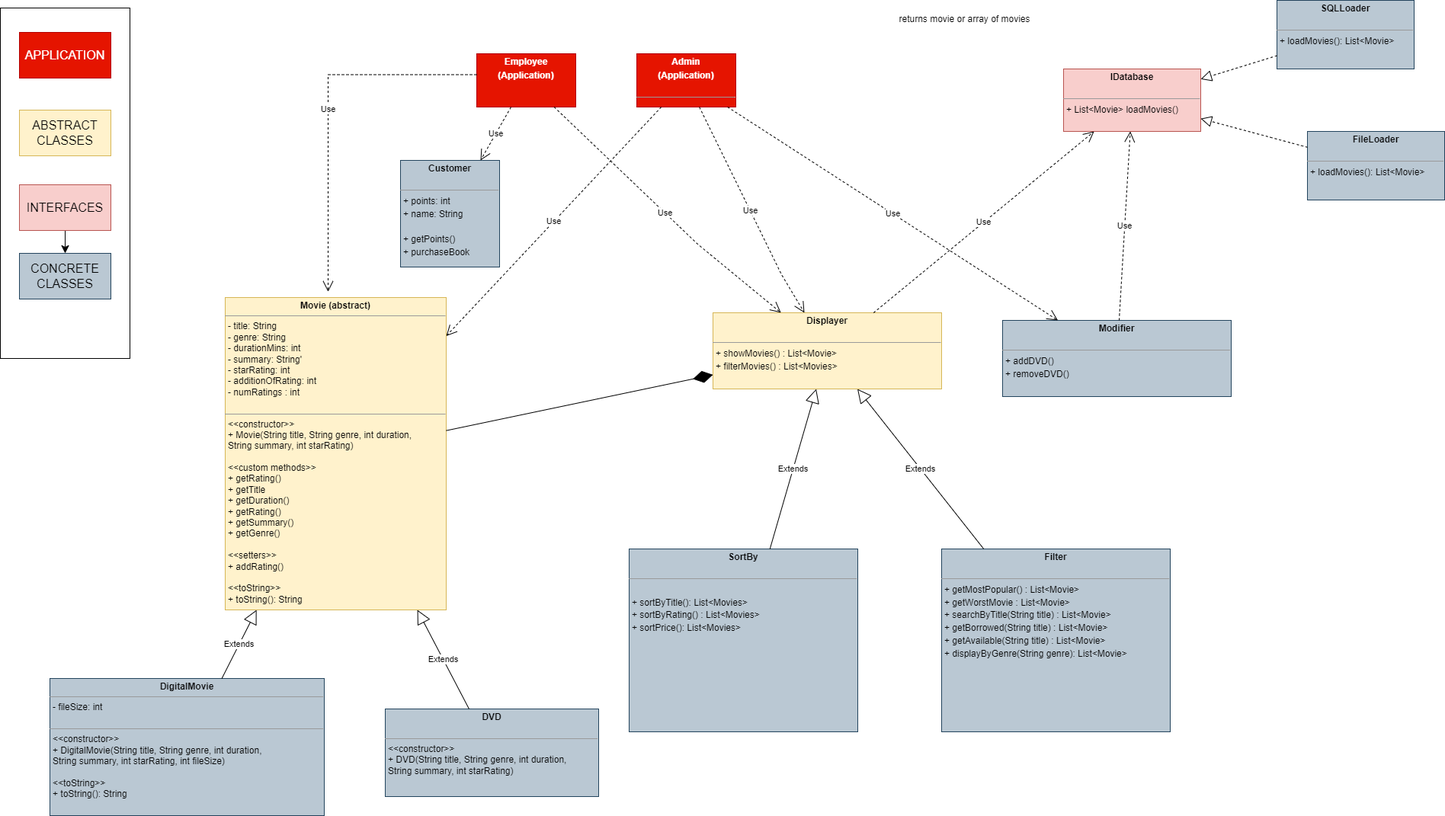
This is FinalUML.png from Amylyn08/MovieRentalSystem, a draw.io export, as it was before one commit. Source tidied: cells renumbered, new cells last; positions are measured from the earlier drawing's top-left corner, leaving out a move shared by most shapes.
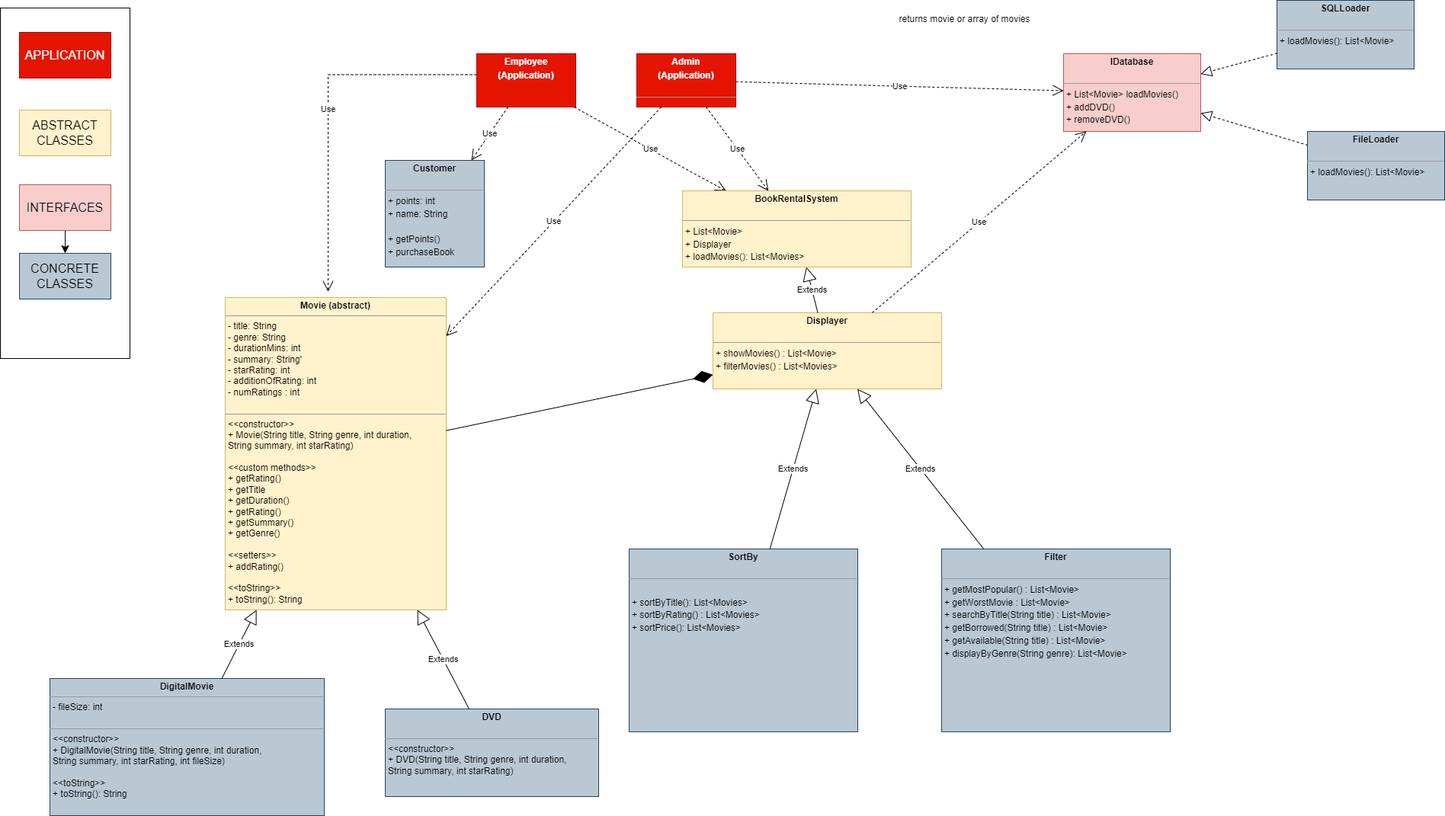
The same file after the commit.

What changed in the source:
```diff
@@ -44,7 +44,7 @@
       <mxGeometry relative="1" as="geometry" />
     </mxCell>
     <mxCell id="15" value="&lt;p style=&quot;margin:0px;margin-top:4px;text-align:center;&quot;&gt;&lt;b&gt;Customer&lt;/b&gt;&lt;/p&gt;&lt;br&gt;&lt;hr size=&quot;1&quot;&gt;&lt;p style=&quot;margin: 0px 0px 0px 4px; line-height: 140%;&quot;&gt;+ points: int&lt;/p&gt;&lt;p style=&quot;margin: 0px 0px 0px 4px; line-height: 140%;&quot;&gt;+ name: String&lt;/p&gt;&lt;p style=&quot;margin: 0px 0px 0px 4px; line-height: 140%;&quot;&gt;&lt;br&gt;&lt;/p&gt;&lt;p style=&quot;margin: 0px 0px 0px 4px; line-height: 140%;&quot;&gt;+ getPoints()&lt;/p&gt;&lt;p style=&quot;margin: 0px 0px 0px 4px; line-height: 140%;&quot;&gt;+ purchaseBook&lt;/p&gt;" style="verticalAlign=top;align=left;overflow=fill;fontSize=12;fontFamily=Helvetica;html=1;rounded=0;shadow=0;comic=0;labelBackgroundColor=none;strokeWidth=1;fillColor=#bac8d3;strokeColor=#23445d;" parent="1" vertex="1">
-      <mxGeometry x="525" y="210" width="130" height="140" as="geometry" />
+      <mxGeometry x="505" y="210" width="130" height="140" as="geometry" />
     </mxCell>
     <mxCell id="16" value="&lt;p style=&quot;margin:0px;margin-top:4px;text-align:center;&quot;&gt;&lt;b&gt;Employee&lt;/b&gt;&lt;/p&gt;&lt;p style=&quot;margin:0px;margin-top:4px;text-align:center;&quot;&gt;&lt;b&gt;(Application)&lt;/b&gt;&lt;/p&gt;" style="verticalAlign=top;align=left;overflow=fill;fontSize=12;fontFamily=Helvetica;html=1;rounded=0;shadow=0;comic=0;labelBackgroundColor=none;strokeWidth=1;fillColor=#e51400;fontColor=#ffffff;strokeColor=#B20000;" parent="1" vertex="1">
       <mxGeometry x="625" y="70" width="130" height="70" as="geometry" />
@@ -64,35 +64,25 @@
         </Array>
       </mxGeometry>
     </mxCell>
-    <mxCell id="20" value="Use" style="endArrow=open;endSize=12;dashed=1;html=1;rounded=0;" parent="1" edge="1" source="16" target="3">
+    <mxCell id="20" value="Use" style="endArrow=open;endSize=12;dashed=1;html=1;rounded=0;" parent="1" edge="1" source="16" target="38">
       <mxGeometry relative="1" as="geometry">
         <Array as="points">
-          <mxPoint x="915" y="320" />
+          <mxPoint x="915" y="230" />
         </Array>
       </mxGeometry>
     </mxCell>
     <mxCell id="21" value="Use" style="endArrow=open;endSize=12;dashed=1;html=1;rounded=0;" parent="1" edge="1" source="17" target="4">
       <mxGeometry relative="1" as="geometry" />
     </mxCell>
-    <mxCell id="22" value="Use" style="endArrow=open;endSize=12;dashed=1;html=1;rounded=0;" parent="1" edge="1" source="17" target="3">
-      <mxGeometry relative="1" as="geometry">
-        <Array as="points">
-          <mxPoint x="1025" y="360" />
-        </Array>
-      </mxGeometry>
+    <mxCell id="22" value="Use" style="endArrow=open;endSize=12;dashed=1;html=1;rounded=0;" parent="1" edge="1" source="17" target="38">
+      <mxGeometry relative="1" as="geometry" />
     </mxCell>
-    <mxCell id="23" value="&lt;p style=&quot;margin:0px;margin-top:4px;text-align:center;&quot;&gt;&lt;b&gt;Modifier&lt;/b&gt;&lt;/p&gt;&lt;br&gt;&lt;hr size=&quot;1&quot;&gt;&lt;p style=&quot;margin: 0px 0px 0px 4px; line-height: 140%;&quot;&gt;&lt;span style=&quot;background-color: initial;&quot;&gt;+ addDVD()&lt;/span&gt;&lt;br&gt;&lt;/p&gt;&lt;p style=&quot;margin: 0px 0px 0px 4px; line-height: 140%;&quot;&gt;+ removeDVD()&lt;/p&gt;&lt;p style=&quot;margin: 0px 0px 0px 4px; line-height: 140%;&quot;&gt;&lt;br&gt;&lt;/p&gt;" style="verticalAlign=top;align=left;overflow=fill;fontSize=12;fontFamily=Helvetica;html=1;rounded=0;shadow=0;comic=0;labelBackgroundColor=none;strokeWidth=1;fillColor=#bac8d3;strokeColor=#23445d;" parent="1" vertex="1">
-      <mxGeometry x="1315" y="420" width="300" height="100" as="geometry" />
-    </mxCell>
-    <mxCell id="24" value="&lt;p style=&quot;margin:0px;margin-top:4px;text-align:center;&quot;&gt;&lt;b&gt;IDatabase&lt;/b&gt;&lt;/p&gt;&lt;br&gt;&lt;hr size=&quot;1&quot;&gt;&lt;p style=&quot;margin: 0px 0px 0px 4px; line-height: 140%;&quot;&gt;+ List&amp;lt;Movie&amp;gt; loadMovies()&lt;/p&gt;&lt;p style=&quot;margin: 0px 0px 0px 4px; line-height: 140%;&quot;&gt;&lt;br&gt;&lt;/p&gt;&lt;p style=&quot;margin: 0px 0px 0px 4px; line-height: 140%;&quot;&gt;&lt;br&gt;&lt;/p&gt;" style="verticalAlign=top;align=left;overflow=fill;fontSize=12;fontFamily=Helvetica;html=1;rounded=0;shadow=0;comic=0;labelBackgroundColor=none;strokeWidth=1;fillColor=#f8cecc;strokeColor=#b85450;" parent="1" vertex="1">
-      <mxGeometry x="1395" y="90" width="180" height="82" as="geometry" />
+    <mxCell id="24" value="&lt;p style=&quot;margin:0px;margin-top:4px;text-align:center;&quot;&gt;&lt;b&gt;IDatabase&lt;/b&gt;&lt;/p&gt;&lt;br&gt;&lt;hr size=&quot;1&quot;&gt;&lt;p style=&quot;margin: 0px 0px 0px 4px; line-height: 140%;&quot;&gt;+ List&amp;lt;Movie&amp;gt; loadMovies()&lt;/p&gt;&lt;p style=&quot;border-color: var(--border-color); margin: 0px 0px 0px 4px; line-height: 16.8px;&quot;&gt;+ addDVD()&lt;br style=&quot;border-color: var(--border-color);&quot;&gt;&lt;/p&gt;&lt;p style=&quot;border-color: var(--border-color); margin: 0px 0px 0px 4px; line-height: 16.8px;&quot;&gt;+ removeDVD()&lt;/p&gt;&lt;p style=&quot;margin: 0px 0px 0px 4px; line-height: 140%;&quot;&gt;&lt;br&gt;&lt;/p&gt;&lt;p style=&quot;margin: 0px 0px 0px 4px; line-height: 140%;&quot;&gt;&lt;br&gt;&lt;/p&gt;" style="verticalAlign=top;align=left;overflow=fill;fontSize=12;fontFamily=Helvetica;html=1;rounded=0;shadow=0;comic=0;labelBackgroundColor=none;strokeWidth=1;fillColor=#f8cecc;strokeColor=#b85450;" parent="1" vertex="1">
+      <mxGeometry x="1395" y="70" width="180" height="102" as="geometry" />
     </mxCell>
     <mxCell id="25" value="Use" style="endArrow=open;endSize=12;dashed=1;html=1;rounded=0;" parent="1" edge="1" source="3" target="24">
       <mxGeometry relative="1" as="geometry" />
     </mxCell>
-    <mxCell id="26" value="Use" style="endArrow=open;endSize=12;dashed=1;html=1;rounded=0;" parent="1" edge="1" source="23" target="24">
-      <mxGeometry relative="1" as="geometry" />
-    </mxCell>
     <mxCell id="27" value="&lt;p style=&quot;margin:0px;margin-top:4px;text-align:center;&quot;&gt;&lt;b&gt;FileLoader&lt;/b&gt;&lt;/p&gt;&lt;br&gt;&lt;hr size=&quot;1&quot;&gt;&lt;p style=&quot;margin: 0px 0px 0px 4px; line-height: 140%;&quot;&gt;&lt;span style=&quot;background-color: initial;&quot;&gt;+ loadMovies(): List&amp;lt;Movie&amp;gt;&lt;/span&gt;&lt;/p&gt;" style="verticalAlign=top;align=left;overflow=fill;fontSize=12;fontFamily=Helvetica;html=1;rounded=0;shadow=0;comic=0;labelBackgroundColor=none;strokeWidth=1;fillColor=#bac8d3;strokeColor=#23445d;" parent="1" vertex="1">
       <mxGeometry x="1715" y="172" width="180" height="90" as="geometry" />
     </mxCell>
@@ -105,7 +95,7 @@
     <mxCell id="30" style="endArrow=block;dashed=1;endFill=0;endSize=12;html=1;rounded=0;fontSize=12;curved=1;" parent="1" edge="1" source="28" target="24">
       <mxGeometry relative="1" as="geometry" />
     </mxCell>
-    <mxCell id="31" value="Use" style="endArrow=open;endSize=12;dashed=1;html=1;rounded=0;" parent="1" edge="1" source="17" target="23">
+    <mxCell id="31" value="Use" style="endArrow=open;endSize=12;dashed=1;html=1;rounded=0;" parent="1" edge="1" source="17" target="24">
       <mxGeometry relative="1" as="geometry" />
     </mxCell>
     <mxCell id="32" value="APPLICATION" style="rounded=0;whiteSpace=wrap;html=1;fontSize=16;fillColor=#e51400;fontColor=#ffffff;strokeColor=#B20000;" parent="1" vertex="1">
@@ -126,5 +116,11 @@
     <mxCell id="37" style="rounded=0;whiteSpace=wrap;html=1;fontSize=16;gradientColor=none;fillColor=none;" parent="1" vertex="1">
       <mxGeometry y="10" width="170" height="460" as="geometry" />
     </mxCell>
+    <mxCell id="38" value="&lt;p style=&quot;margin:0px;margin-top:4px;text-align:center;&quot;&gt;&lt;b&gt;BookRentalSystem&lt;/b&gt;&lt;/p&gt;&lt;br&gt;&lt;hr size=&quot;1&quot;&gt;&lt;p style=&quot;margin: 0px 0px 0px 4px; line-height: 140%;&quot;&gt;&lt;span style=&quot;background-color: initial;&quot;&gt;+ List&amp;lt;Movie&amp;gt;&lt;/span&gt;&lt;/p&gt;&lt;p style=&quot;margin: 0px 0px 0px 4px; line-height: 140%;&quot;&gt;&lt;span style=&quot;background-color: initial;&quot;&gt;+ Displayer&lt;/span&gt;&lt;/p&gt;&lt;p style=&quot;margin: 0px 0px 0px 4px; line-height: 140%;&quot;&gt;&lt;span style=&quot;background-color: initial;&quot;&gt;+ loadMovies(): List&amp;lt;Movies&amp;gt;&lt;/span&gt;&lt;/p&gt;" style="verticalAlign=top;align=left;overflow=fill;fontSize=12;fontFamily=Helvetica;html=1;rounded=0;shadow=0;comic=0;labelBackgroundColor=none;strokeWidth=1;fillColor=#fff2cc;strokeColor=#d6b656;" parent="1" vertex="1">
+      <mxGeometry x="895" y="250" width="300" height="100" as="geometry" />
+    </mxCell>
+    <mxCell id="39" value="Extends" style="endArrow=block;endSize=16;endFill=0;html=1;rounded=0;" parent="1" edge="1" source="3" target="38">
+      <mxGeometry relative="1" as="geometry" />
+    </mxCell>
   </root>
 </mxGraphModel>
```
